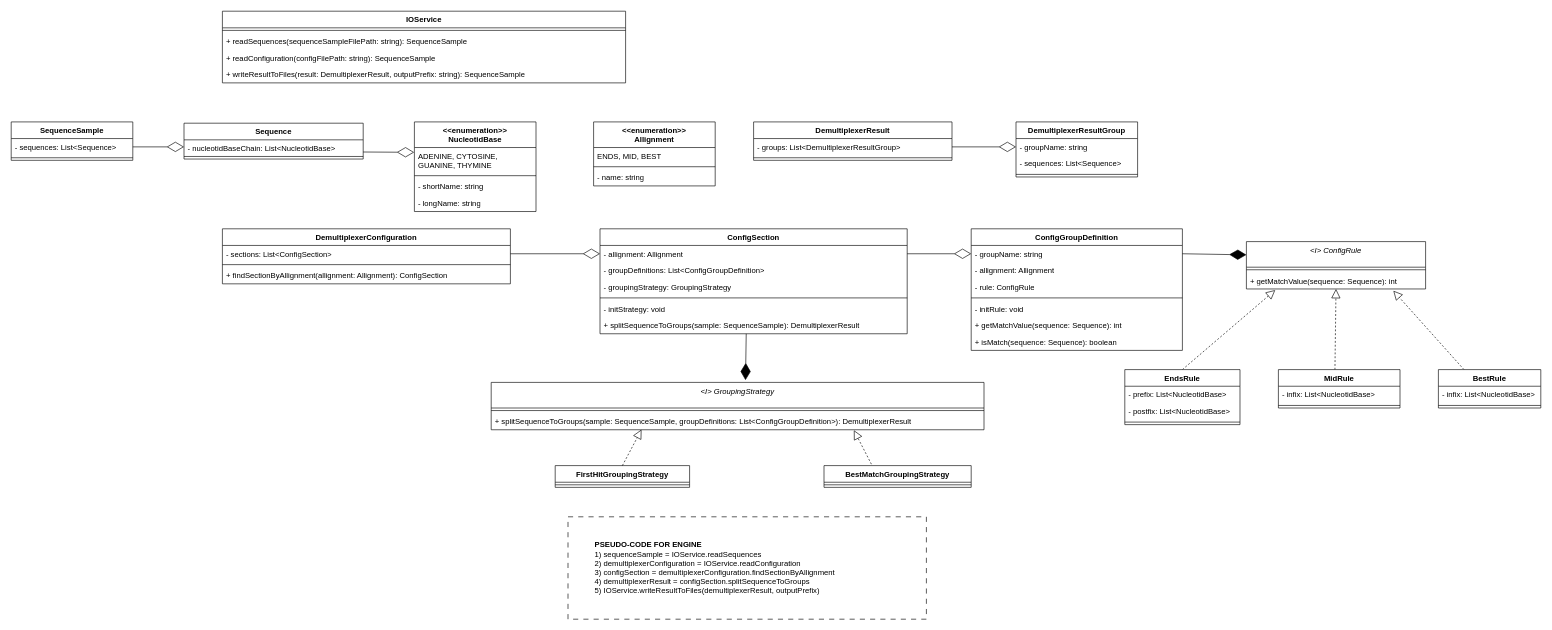
The draw.io diagram uml.drawio in bodroghykristof/omixon-demultiplexer, before the edit. Source tidied: cells renumbered, new cells numbered last; positions are measured from the earlier drawing's top-left corner, leaving out a move shared by most shapes. Both pictures are drawn from the tidied source at 64%, with x=0, y=0 at pixel (11, 11).
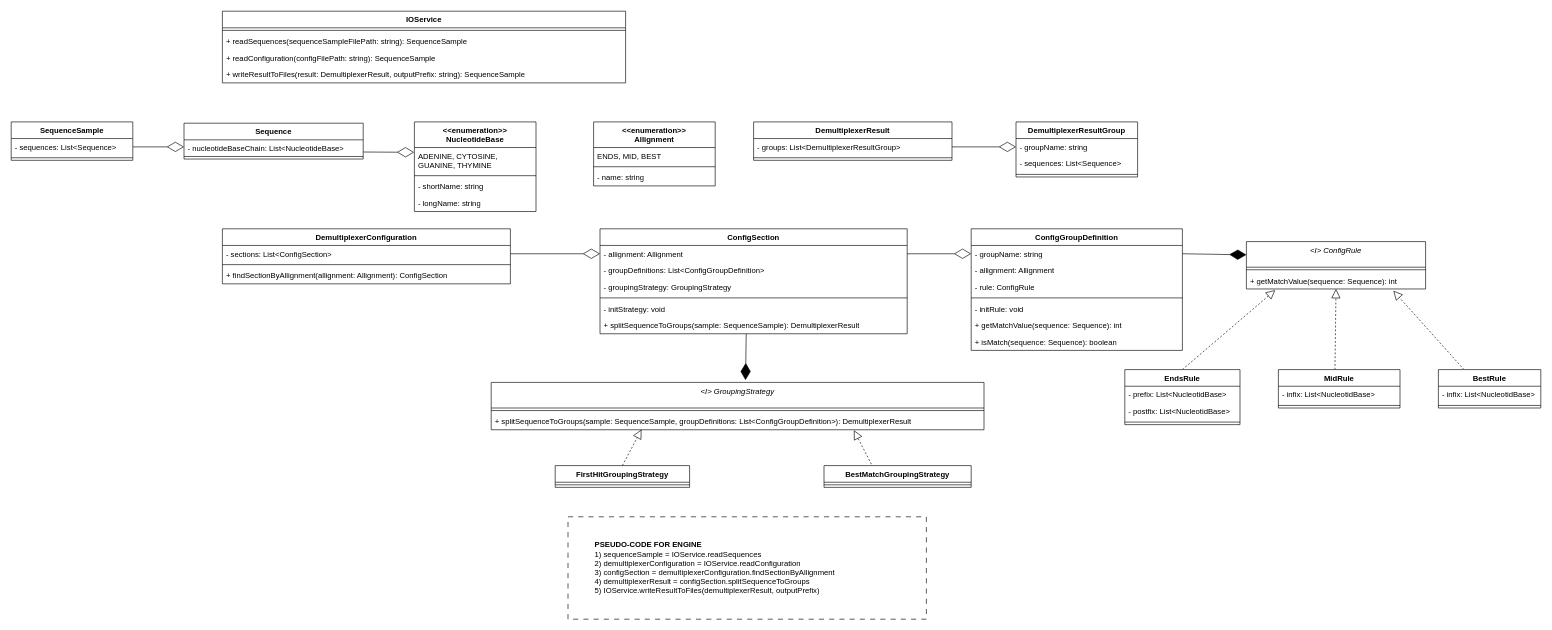
After the change.

Commit message:
fix typo in UML

Unchanged cells that the change refers to:
```xml
<mxCell id="7" value="Sequence" style="swimlane;fontStyle=1;align=center;verticalAlign=top;horizontal=1;startSize=26;whiteSpace=wrap;html=1;" parent="1" vertex="1">
  <mxGeometry x="270" y="175" width="280" height="56" as="geometry" />
</mxCell>
```

Change to the diagram source:
```diff
@@
-    <mxCell id="8" value="- nucleotidBaseChain: List&amp;lt;NucleotidBase&amp;gt;" style="text;strokeColor=none;fillColor=none;align=left;verticalAlign=top;spacingLeft=4;spacingRight=4;overflow=hidden;points=[[0,0.5],[1,0.5]];portConstraint=eastwest;whiteSpace=wrap;html=1;" parent="7" vertex="1">
+    <mxCell id="8" value="- nucleotideBaseChain: List&amp;lt;NucleotideBase&amp;gt;" style="text;strokeColor=none;fillColor=none;align=left;verticalAlign=top;spacingLeft=4;spacingRight=4;overflow=hidden;points=[[0,0.5],[1,0.5]];portConstraint=eastwest;whiteSpace=wrap;html=1;" parent="7" vertex="1">
       <mxGeometry y="26" width="280" height="22" as="geometry" />
     </mxCell>
@@
-    <mxCell id="75" value="&lt;div&gt;&amp;lt;&amp;lt;enumeration&amp;gt;&amp;gt;&lt;/div&gt;&lt;span style=&quot;text-align: left;&quot;&gt;NucleotidBase&lt;/span&gt;" style="swimlane;fontStyle=1;align=center;verticalAlign=top;horizontal=1;startSize=40;whiteSpace=wrap;html=1;" parent="1" vertex="1">
+    <mxCell id="75" value="&lt;div&gt;&amp;lt;&amp;lt;enumeration&amp;gt;&amp;gt;&lt;/div&gt;&lt;span style=&quot;text-align: left;&quot;&gt;NucleotideBase&lt;/span&gt;" style="swimlane;fontStyle=1;align=center;verticalAlign=top;horizontal=1;startSize=40;whiteSpace=wrap;html=1;" parent="1" vertex="1">
       <mxGeometry x="630" y="173" width="190" height="140" as="geometry" />
     </mxCell>
```
